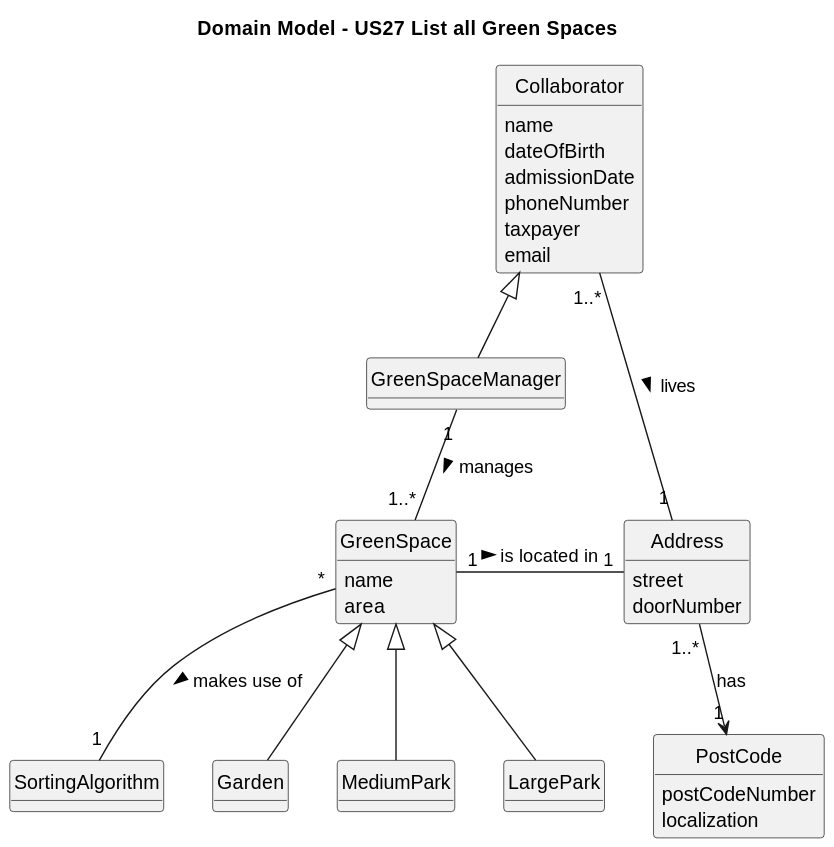
The PlantUML diagram docs/sprint3/us27/02.analysis/svg/us27-domain-model.svg in Departamento-de-Engenharia-Informatica/lei-24-s2-1db-g022, before a commit.
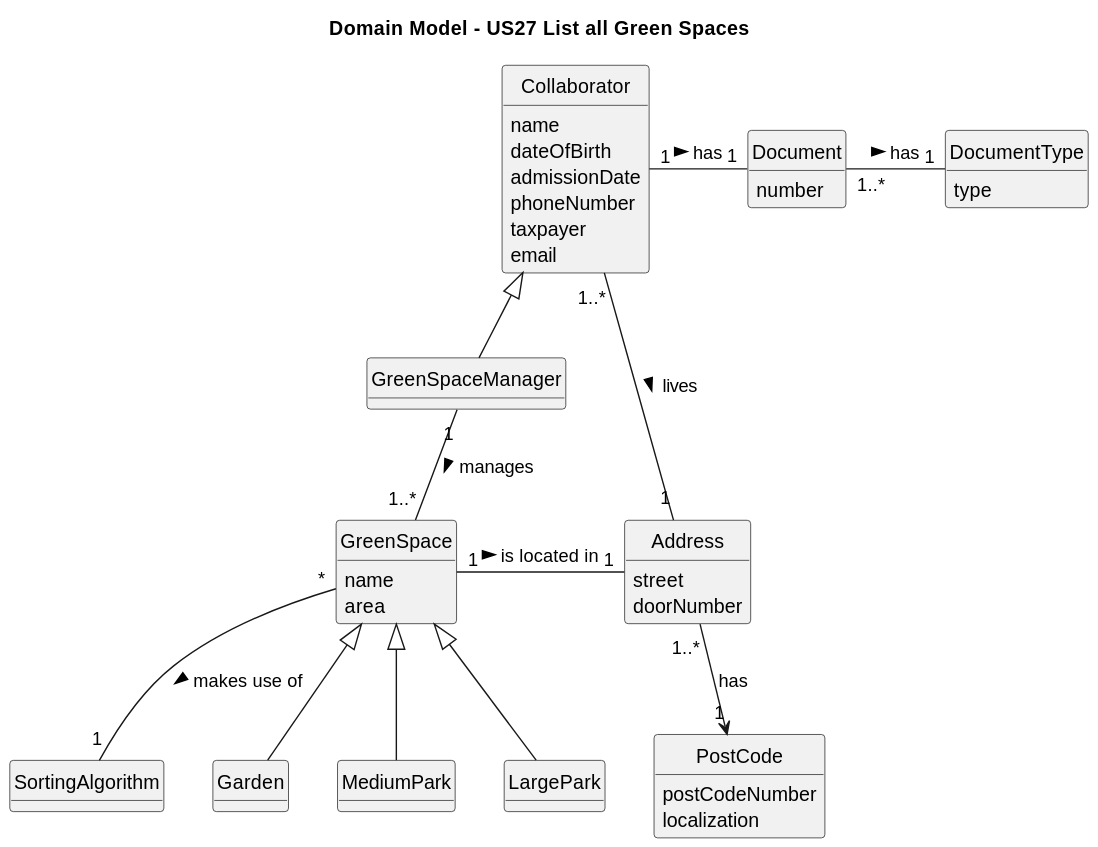
After the commit.

Change to the diagram source:
```diff
@@ -15,6 +15,14 @@
     phoneNumber
     taxpayer
     email
+}
+
+class Document{
+    number
+}
+
+class DocumentType{
+    type
 }
 
 class Address {
@@ -49,8 +57,11 @@
 
 Collaborator "1..*" -- "1" Address : lives >
 Collaborator  <|--  GreenSpaceManager
+Collaborator "1" - "1" Document : has >
 
 Address "1..*" --> "1" PostCode : has
+
+Document "1..*" - "1" DocumentType : has >
 
 GreenSpaceManager "1" -- "1..*" GreenSpace : manages >
 
```
